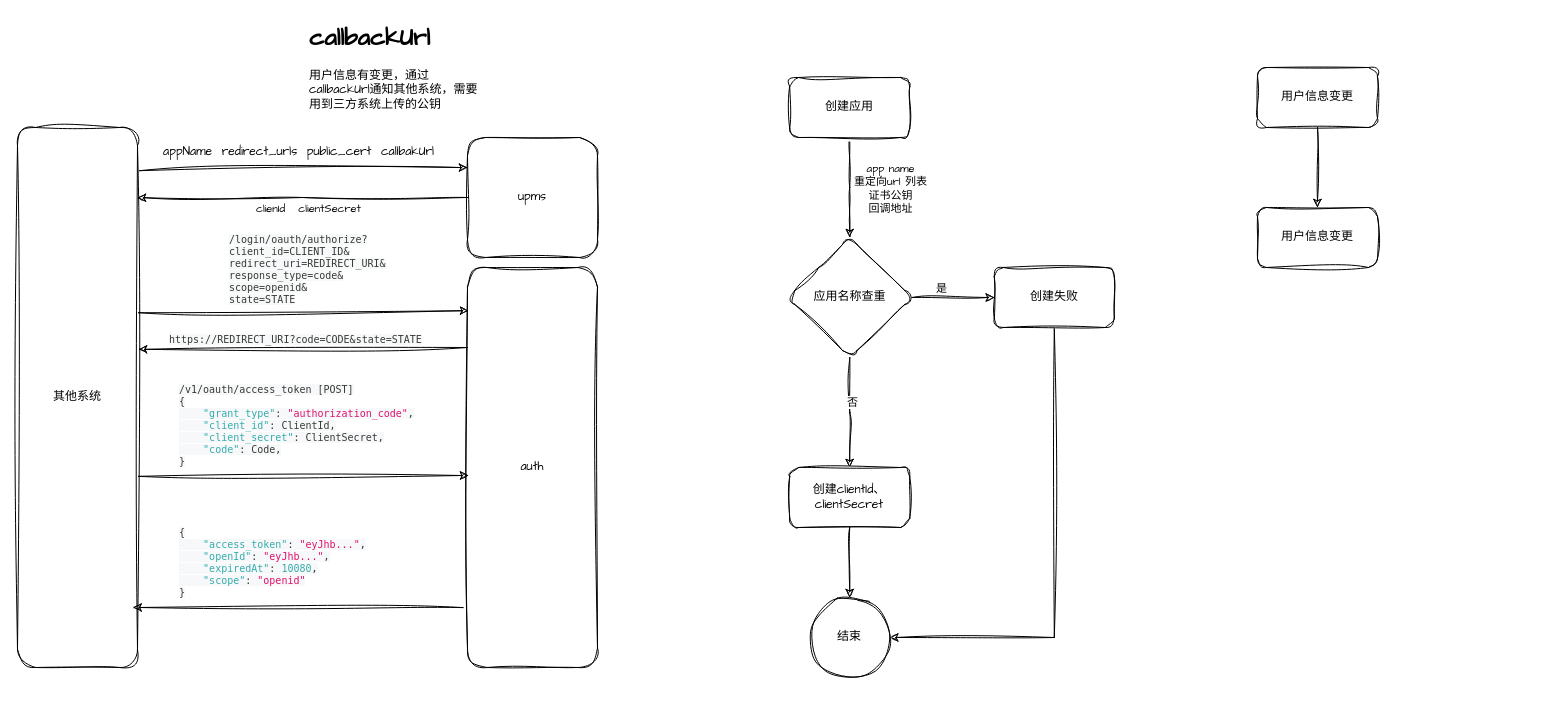
wwengg/simple keeps this draw.io diagram as casdoor.drawio. Above is the earlier version. Source tidied: cells renumbered, new cells numbered last; positions are measured from the earlier drawing's top-left corner, leaving out a move shared by most shapes. Both pictures are drawn from the tidied source at 100%, with x=0, y=0 at pixel (17, 17).
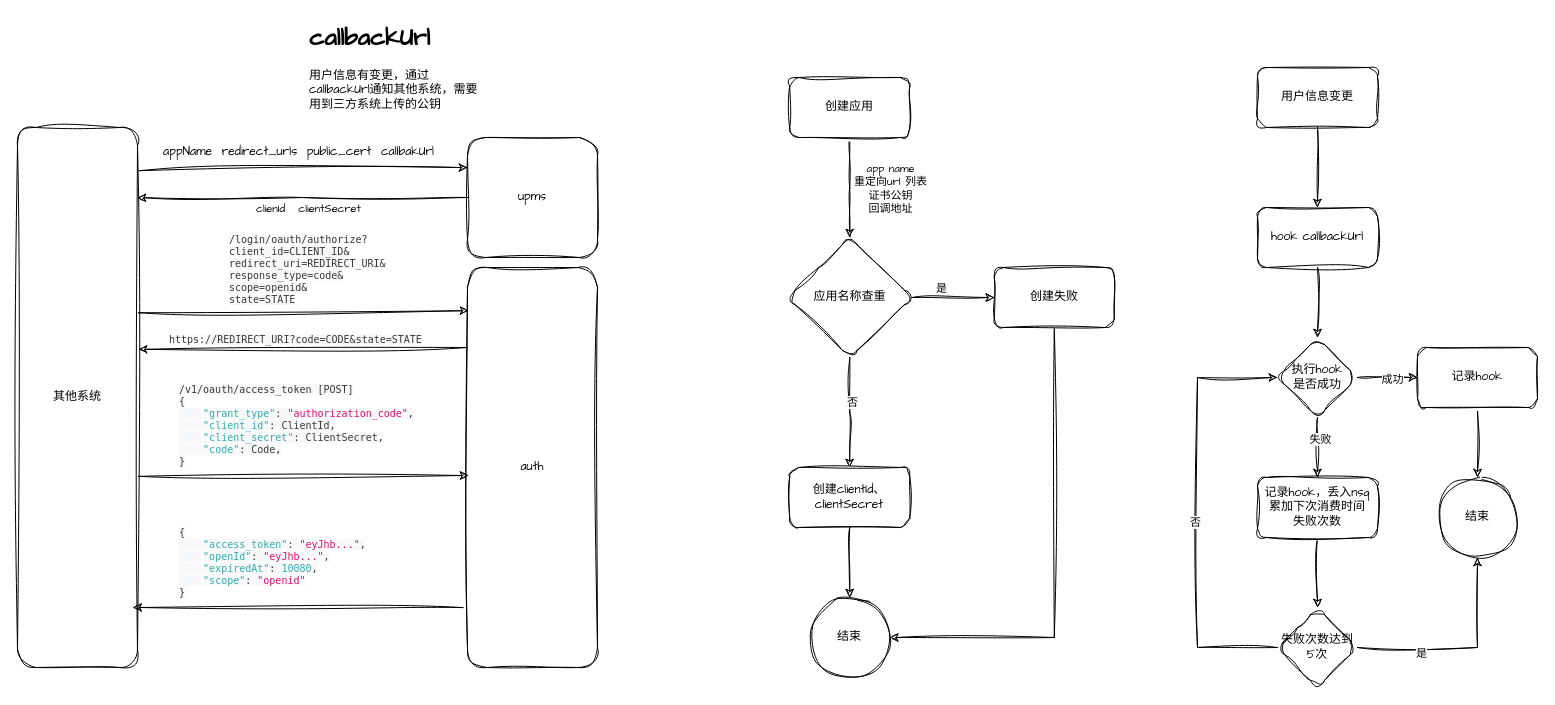
After the change.

Change to the diagram source:
```diff
@@
+    <mxCell id="34" style="edgeStyle=orthogonalEdgeStyle;rounded=0;sketch=1;hachureGap=4;jiggle=2;curveFitting=1;jettySize=auto;html=1;fontFamily=Architects Daughter;" parent="1" edge="1" source="33" target="39">
+      <mxGeometry relative="1" as="geometry" />
+    </mxCell>
-    <mxCell id="33" value="用户信息变更" style="rounded=1;whiteSpace=wrap;html=1;sketch=1;hachureGap=4;jiggle=2;curveFitting=1;fontFamily=Architects Daughter;" parent="1" vertex="1">
+    <mxCell id="33" value="hook callbackUrl" style="rounded=1;whiteSpace=wrap;html=1;sketch=1;hachureGap=4;jiggle=2;curveFitting=1;fontFamily=Architects Daughter;" parent="1" vertex="1">
       <mxGeometry x="1240" y="190" width="120" height="60" as="geometry" />
     </mxCell>
+    <mxCell id="35" style="edgeStyle=orthogonalEdgeStyle;rounded=0;sketch=1;hachureGap=4;jiggle=2;curveFitting=1;jettySize=auto;html=1;fontFamily=Architects Daughter;" parent="1" edge="1" source="39" target="41">
+      <mxGeometry relative="1" as="geometry" />
+    </mxCell>
+    <mxCell id="36" value="成功" style="edgeLabel;html=1;align=center;verticalAlign=middle;sketch=1;hachureGap=4;jiggle=2;curveFitting=1;fontFamily=Architects Daughter;" parent="35" vertex="1">
+      <mxGeometry x="0.13" y="-1" relative="1" as="geometry" />
+    </mxCell>
+    <mxCell id="37" style="edgeStyle=orthogonalEdgeStyle;rounded=0;sketch=1;hachureGap=4;jiggle=2;curveFitting=1;jettySize=auto;html=1;fontFamily=Architects Daughter;" parent="1" edge="1" source="39" target="44">
+      <mxGeometry relative="1" as="geometry" />
+    </mxCell>
+    <mxCell id="38" value="失败" style="edgeLabel;html=1;align=center;verticalAlign=middle;sketch=1;hachureGap=4;jiggle=2;curveFitting=1;fontFamily=Architects Daughter;" parent="37" vertex="1">
+      <mxGeometry x="-0.3" y="2" relative="1" as="geometry" />
+    </mxCell>
+    <mxCell id="39" value="执行hook&lt;br&gt;是否成功" style="rhombus;whiteSpace=wrap;html=1;fontFamily=Architects Daughter;rounded=1;sketch=1;hachureGap=4;jiggle=2;curveFitting=1;" parent="1" vertex="1">
+      <mxGeometry x="1260" y="320" width="80" height="80" as="geometry" />
+    </mxCell>
+    <mxCell id="40" style="edgeStyle=orthogonalEdgeStyle;rounded=0;sketch=1;hachureGap=4;jiggle=2;curveFitting=1;jettySize=auto;html=1;fontFamily=Architects Daughter;" parent="1" edge="1" source="41" target="42">
+      <mxGeometry relative="1" as="geometry" />
+    </mxCell>
+    <mxCell id="41" value="记录hook" style="whiteSpace=wrap;html=1;fontFamily=Architects Daughter;rounded=1;sketch=1;hachureGap=4;jiggle=2;curveFitting=1;" parent="1" vertex="1">
+      <mxGeometry x="1400" y="330" width="120" height="60" as="geometry" />
+    </mxCell>
+    <mxCell id="42" value="结束" style="ellipse;whiteSpace=wrap;html=1;fontFamily=Architects Daughter;rounded=1;sketch=1;hachureGap=4;jiggle=2;curveFitting=1;" parent="1" vertex="1">
+      <mxGeometry x="1420" y="460" width="80" height="80" as="geometry" />
+    </mxCell>
+    <mxCell id="43" style="edgeStyle=orthogonalEdgeStyle;rounded=0;sketch=1;hachureGap=4;jiggle=2;curveFitting=1;jettySize=auto;html=1;fontFamily=Architects Daughter;" parent="1" edge="1" source="44" target="49">
+      <mxGeometry relative="1" as="geometry" />
+    </mxCell>
+    <mxCell id="44" value="记录hook，丢入nsq&lt;br&gt;累加下次消费时间&lt;br&gt;失败次数" style="whiteSpace=wrap;html=1;fontFamily=Architects Daughter;rounded=1;sketch=1;hachureGap=4;jiggle=2;curveFitting=1;" parent="1" vertex="1">
+      <mxGeometry x="1240" y="460" width="120" height="60" as="geometry" />
+    </mxCell>
+    <mxCell id="45" style="edgeStyle=orthogonalEdgeStyle;rounded=0;sketch=1;hachureGap=4;jiggle=2;curveFitting=1;jettySize=auto;html=1;exitX=1;exitY=0.5;exitDx=0;exitDy=0;entryX=0.5;entryY=1;entryDx=0;entryDy=0;fontFamily=Architects Daughter;" parent="1" edge="1" source="49" target="42">
+      <mxGeometry relative="1" as="geometry" />
+    </mxCell>
+    <mxCell id="46" value="是" style="edgeLabel;html=1;align=center;verticalAlign=middle;sketch=1;hachureGap=4;jiggle=2;curveFitting=1;fontFamily=Architects Daughter;" parent="45" vertex="1">
+      <mxGeometry x="-0.4" y="-5" relative="1" as="geometry" />
+    </mxCell>
+    <mxCell id="47" style="edgeStyle=orthogonalEdgeStyle;rounded=0;sketch=1;hachureGap=4;jiggle=2;curveFitting=1;jettySize=auto;html=1;exitX=0;exitY=0.5;exitDx=0;exitDy=0;entryX=0;entryY=0.5;entryDx=0;entryDy=0;fontFamily=Architects Daughter;" parent="1" edge="1" source="49" target="39">
+      <mxGeometry relative="1" as="geometry">
+        <Array as="points">
+          <mxPoint x="1180" y="630" />
+          <mxPoint x="1180" y="360" />
+        </Array>
+      </mxGeometry>
+    </mxCell>
+    <mxCell id="48" value="否" style="edgeLabel;html=1;align=center;verticalAlign=middle;sketch=1;hachureGap=4;jiggle=2;curveFitting=1;fontFamily=Architects Daughter;" parent="47" vertex="1">
+      <mxGeometry x="-0.04" y="3" relative="1" as="geometry" />
+    </mxCell>
+    <mxCell id="49" value="失败次数达到5次" style="rhombus;whiteSpace=wrap;html=1;fontFamily=Architects Daughter;rounded=1;sketch=1;hachureGap=4;jiggle=2;curveFitting=1;" parent="1" vertex="1">
+      <mxGeometry x="1260" y="590" width="80" height="80" as="geometry" />
+    </mxCell>
```
